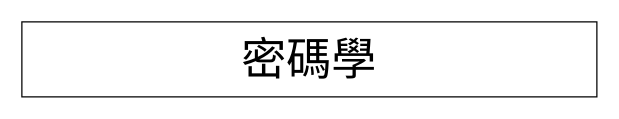
This is 網絡安全知識圖譜.drawio from pengzhen80/PigeonRace, a draw.io file, before an edit. Source tidied: cells renumbered, new cells numbered last; positions are measured from the earlier drawing's top-left corner, leaving out a move shared by most shapes. Both pictures are drawn from the tidied source at 125%, with x=0, y=0 at pixel (21, 21).
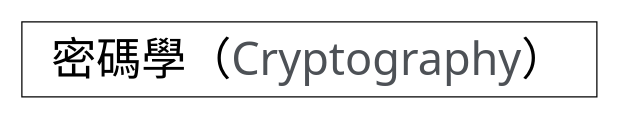
The same diagram, later.

Commit message (it also covers changes not shown here):
更新網絡安全知識圖譜.drawio

What changed in the source:
```diff
@@
 <mxGraphModel>
   <root>
     <mxCell id="0" />
     <mxCell id="1" parent="0" />
-    <mxCell id="2" value="&lt;font style=&quot;font-size: 36px;&quot;&gt;密碼學&lt;/font&gt;" style="rounded=0;whiteSpace=wrap;html=1;" parent="1" vertex="1">
+    <mxCell id="2" value="&lt;font style=&quot;&quot;&gt;&lt;span style=&quot;font-size: 36px;&quot;&gt;密碼學（&lt;/span&gt;&lt;span style=&quot;font-family: inter-regular, system-ui, apple-system, BlinkMacSystemFont, &amp;quot;Segoe UI&amp;quot;, Roboto, &amp;quot;Helvetica Neue&amp;quot;, Helvetica, Arial, sans-serif; color: rgb(77, 81, 86); background-color: transparent; text-align: start;&quot;&gt;&lt;font style=&quot;font-size: 36px;&quot;&gt;Cryptography&lt;/font&gt;&lt;/span&gt;&lt;span style=&quot;font-size: 36px; background-color: initial;&quot;&gt;）&lt;/span&gt;&lt;br&gt;&lt;/font&gt;" style="rounded=0;whiteSpace=wrap;html=1;" parent="1" vertex="1">
       <mxGeometry width="460" height="60" as="geometry" />
     </mxCell>
   </root>
 </mxGraphModel>
```
